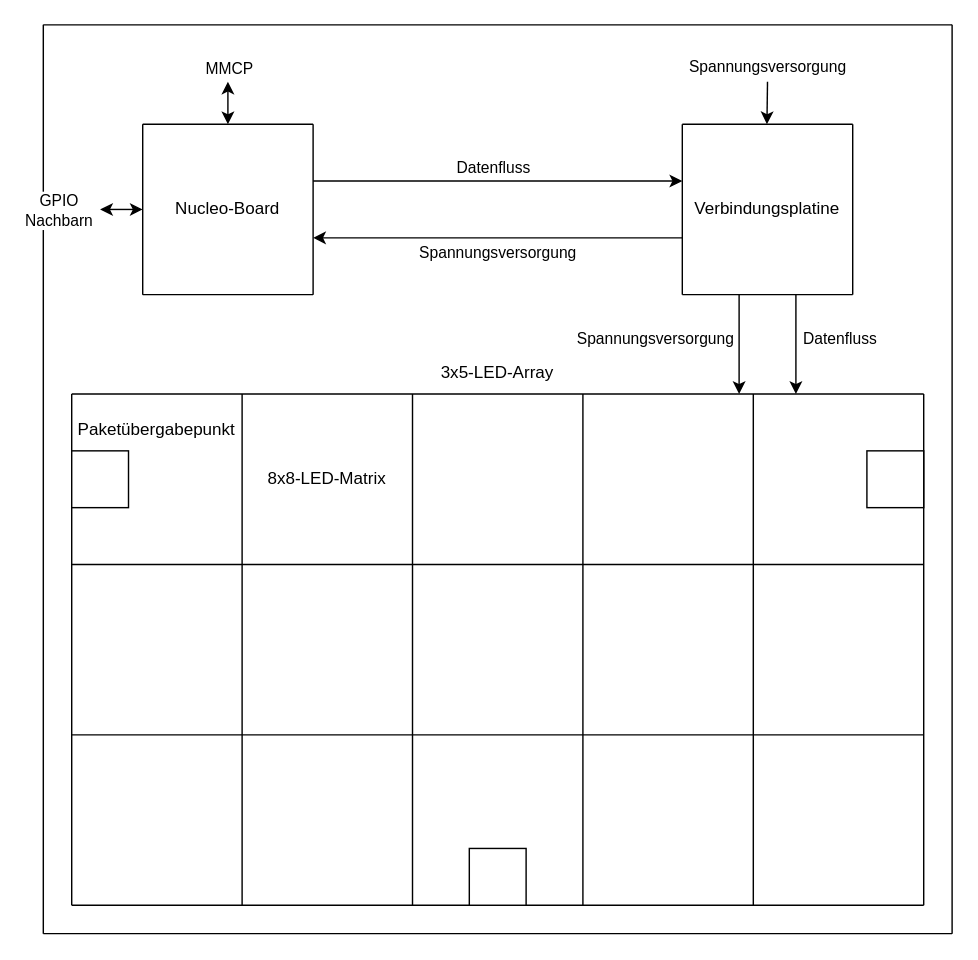
Before: plans/sketch.drawio in sid115/es-project, a draw.io diagram. Source tidied: cells renumbered, new cells numbered last; positions are measured from the earlier drawing's top-left corner, leaving out a move shared by most shapes. Both pictures are drawn from the tidied source at 142%, with x=0, y=0 at pixel (43, 24).
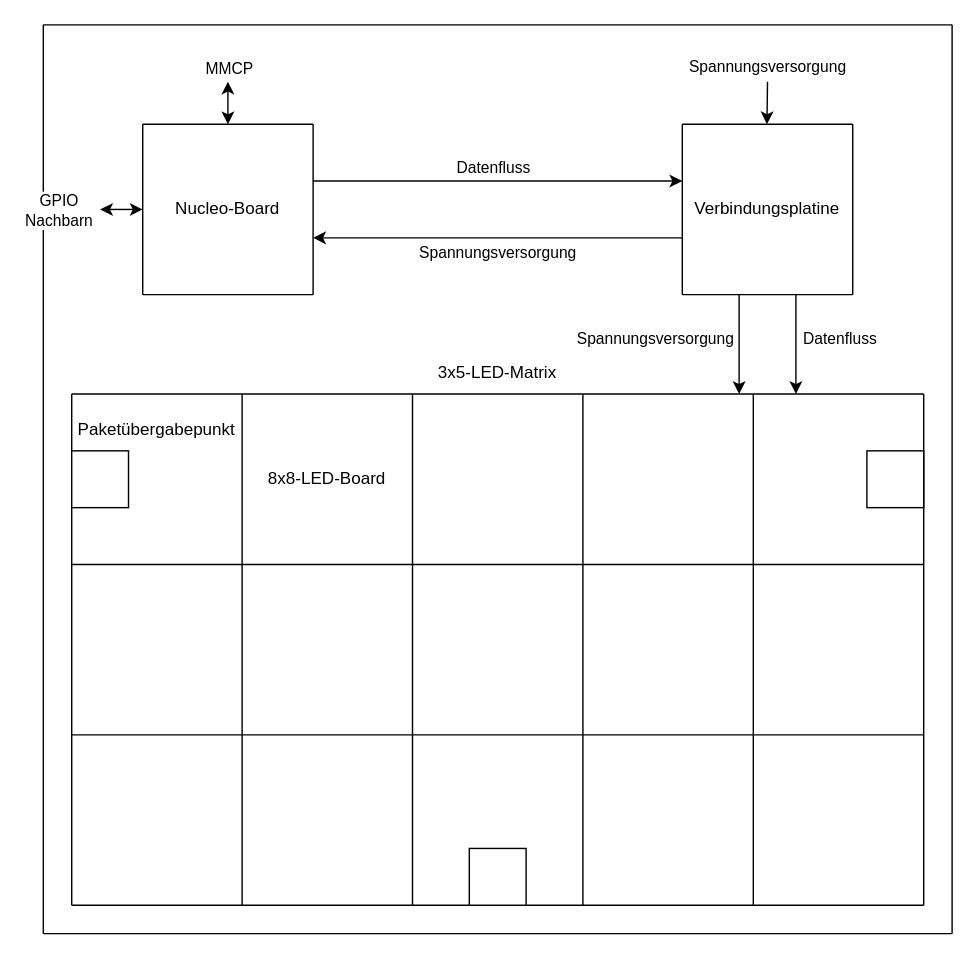
After the change.

Change to the diagram source:
```diff
@@
-    <mxCell id="24" value="3x5-LED-Array" style="text;strokeColor=none;align=center;fillColor=none;html=1;verticalAlign=middle;whiteSpace=wrap;rounded=0;" parent="1" vertex="1">
+    <mxCell id="24" value="3x5-LED-Matrix" style="text;strokeColor=none;align=center;fillColor=none;html=1;verticalAlign=middle;whiteSpace=wrap;rounded=0;" parent="1" vertex="1">
       <mxGeometry x="260" y="230" width="120" height="30" as="geometry" />
     </mxCell>
-    <mxCell id="25" value="8x8-LED-Matrix" style="text;strokeColor=none;align=center;fillColor=none;html=1;verticalAlign=middle;whiteSpace=wrap;rounded=0;" parent="1" vertex="1">
+    <mxCell id="25" value="8x8-LED-Board" style="text;strokeColor=none;align=center;fillColor=none;html=1;verticalAlign=middle;whiteSpace=wrap;rounded=0;" parent="1" vertex="1">
       <mxGeometry x="140" y="300" width="120" height="40" as="geometry" />
     </mxCell>
```
